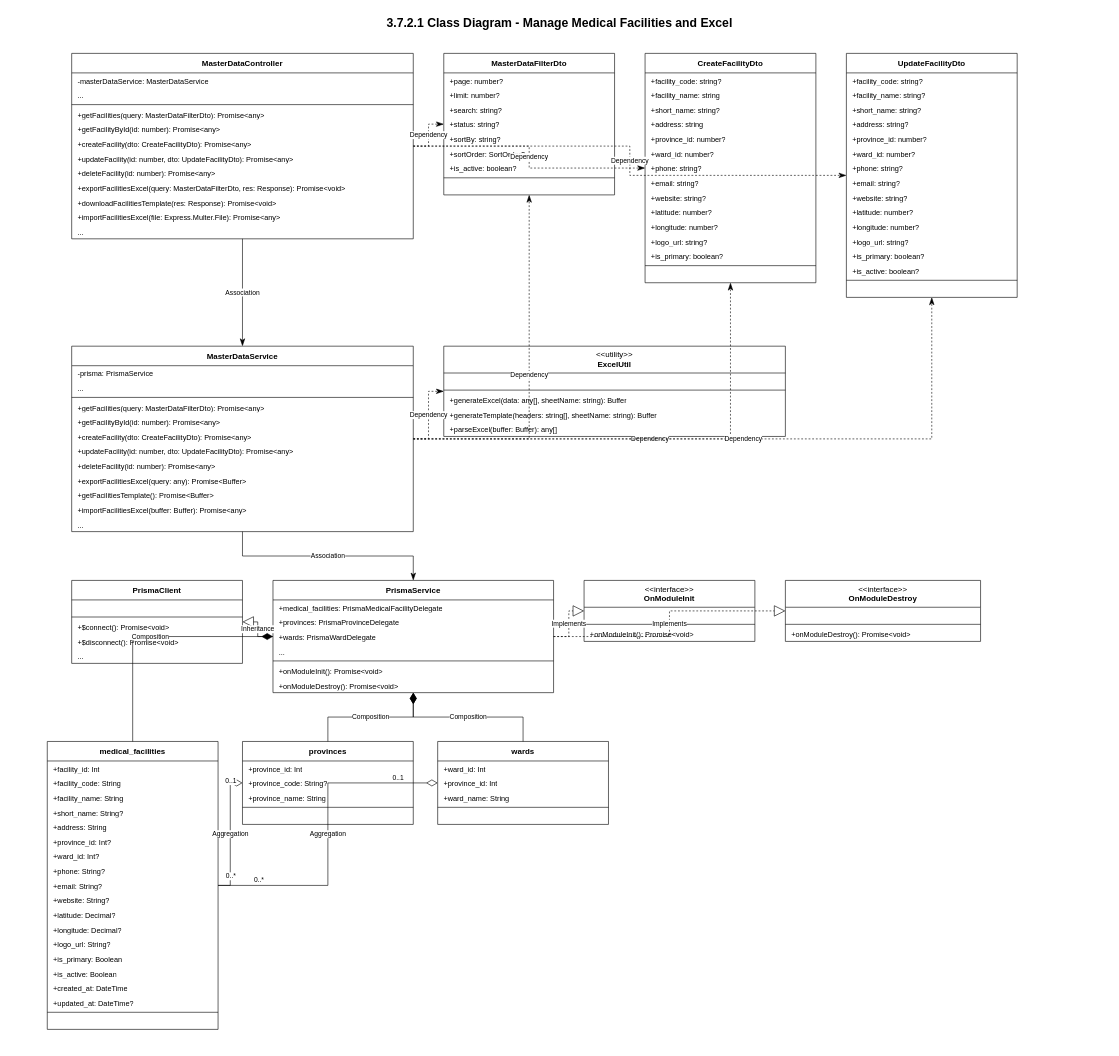
Above: page "Manage Medical Facilities & Excel" (2 of 6) of master_data_all_class_diagrams.drawio in CuongBC195/class-diagram-donation-blood (draw.io), before the change. Source tidied: cells renumbered, new cells numbered last; positions are measured from the earlier drawing's top-left corner, leaving out a move shared by most shapes. Both pictures are drawn from the tidied source at 61%, with x=0, y=0 at pixel (10, 10).
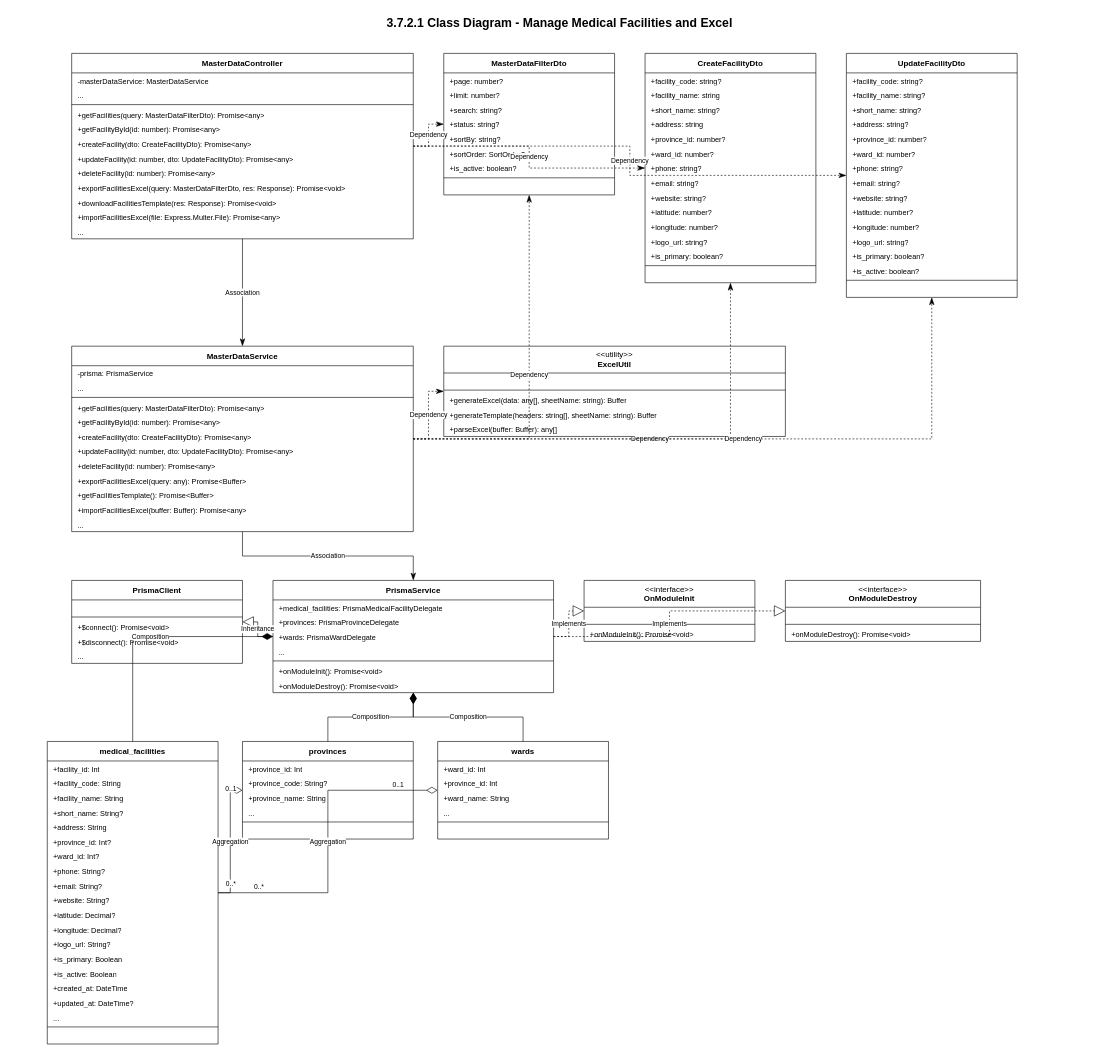
After the change.

Change to the diagram source:
```diff
@@
     <mxCell id="100" value="&lt;b&gt;medical_facilities&lt;/b&gt;" style="swimlane;fontStyle=0;horizontal=1;startSize=32;whiteSpace=wrap;html=1;fillColor=#ffffff;strokeColor=#000000;swimlaneFillColor=#ffffff;fontColor=#000000;fontFamily=Arial;fontSize=13;" parent="1" vertex="1">
-      <mxGeometry x="60" y="1198" width="280" height="472" as="geometry" />
+      <mxGeometry x="60" y="1198" width="280" height="496" as="geometry" />
     </mxCell>
@@
+    <mxCell id="153" value="..." style="text;strokeColor=none;fillColor=none;align=left;verticalAlign=top;spacingLeft=8;spacingRight=8;overflow=hidden;whiteSpace=wrap;html=1;fontFamily=Arial;fontSize=12;fontColor=#000000;" parent="100" vertex="1">
+      <mxGeometry y="440" width="280" height="24" as="geometry" />
+    </mxCell>
     <mxCell id="118" style="line;strokeWidth=1;fillColor=none;strokeColor=#000000;align=left;verticalAlign=middle;" parent="100" vertex="1">
-      <mxGeometry y="440" width="280" height="8" as="geometry" />
+      <mxGeometry y="464" width="280" height="8" as="geometry" />
     </mxCell>
     <mxCell id="119" value=" " style="text;strokeColor=none;fillColor=none;align=left;verticalAlign=top;spacingLeft=8;spacingRight=8;overflow=hidden;whiteSpace=wrap;html=1;fontFamily=Arial;fontSize=12;fontColor=#000000;" parent="100" vertex="1">
-      <mxGeometry y="448" width="280" height="24" as="geometry" />
+      <mxGeometry y="472" width="280" height="24" as="geometry" />
     </mxCell>
     <mxCell id="120" value="&lt;b&gt;provinces&lt;/b&gt;" style="swimlane;fontStyle=0;horizontal=1;startSize=32;whiteSpace=wrap;html=1;fillColor=#ffffff;strokeColor=#000000;swimlaneFillColor=#ffffff;fontColor=#000000;fontFamily=Arial;fontSize=13;" parent="1" vertex="1">
-      <mxGeometry x="380" y="1198" width="280" height="136" as="geometry" />
+      <mxGeometry x="380" y="1198" width="280" height="160" as="geometry" />
     </mxCell>
@@
+    <mxCell id="154" value="..." style="text;strokeColor=none;fillColor=none;align=left;verticalAlign=top;spacingLeft=8;spacingRight=8;overflow=hidden;whiteSpace=wrap;html=1;fontFamily=Arial;fontSize=12;fontColor=#000000;" parent="120" vertex="1">
+      <mxGeometry y="104" width="280" height="24" as="geometry" />
+    </mxCell>
     <mxCell id="124" style="line;strokeWidth=1;fillColor=none;strokeColor=#000000;align=left;verticalAlign=middle;" parent="120" vertex="1">
-      <mxGeometry y="104" width="280" height="8" as="geometry" />
+      <mxGeometry y="128" width="280" height="8" as="geometry" />
     </mxCell>
     <mxCell id="125" value=" " style="text;strokeColor=none;fillColor=none;align=left;verticalAlign=top;spacingLeft=8;spacingRight=8;overflow=hidden;whiteSpace=wrap;html=1;fontFamily=Arial;fontSize=12;fontColor=#000000;" parent="120" vertex="1">
-      <mxGeometry y="112" width="280" height="24" as="geometry" />
+      <mxGeometry y="136" width="280" height="24" as="geometry" />
     </mxCell>
     <mxCell id="126" value="&lt;b&gt;wards&lt;/b&gt;" style="swimlane;fontStyle=0;horizontal=1;startSize=32;whiteSpace=wrap;html=1;fillColor=#ffffff;strokeColor=#000000;swimlaneFillColor=#ffffff;fontColor=#000000;fontFamily=Arial;fontSize=13;" parent="1" vertex="1">
-      <mxGeometry x="700" y="1198" width="280" height="136" as="geometry" />
+      <mxGeometry x="700" y="1198" width="280" height="160" as="geometry" />
     </mxCell>
@@
+    <mxCell id="155" value="..." style="text;strokeColor=none;fillColor=none;align=left;verticalAlign=top;spacingLeft=8;spacingRight=8;overflow=hidden;whiteSpace=wrap;html=1;fontFamily=Arial;fontSize=12;fontColor=#000000;" parent="126" vertex="1">
+      <mxGeometry y="104" width="280" height="24" as="geometry" />
+    </mxCell>
     <mxCell id="130" style="line;strokeWidth=1;fillColor=none;strokeColor=#000000;align=left;verticalAlign=middle;" parent="126" vertex="1">
-      <mxGeometry y="104" width="280" height="8" as="geometry" />
+      <mxGeometry y="128" width="280" height="8" as="geometry" />
     </mxCell>
     <mxCell id="131" value=" " style="text;strokeColor=none;fillColor=none;align=left;verticalAlign=top;spacingLeft=8;spacingRight=8;overflow=hidden;whiteSpace=wrap;html=1;fontFamily=Arial;fontSize=12;fontColor=#000000;" parent="126" vertex="1">
-      <mxGeometry y="112" width="280" height="24" as="geometry" />
+      <mxGeometry y="136" width="280" height="24" as="geometry" />
     </mxCell>
```
